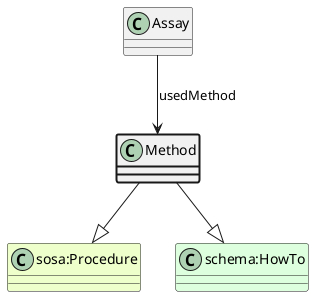
Above: ttl_uml/ttl_appn_Method.png in aus-plant-phenomics-network/appn-schema (PlantUML), before the change.
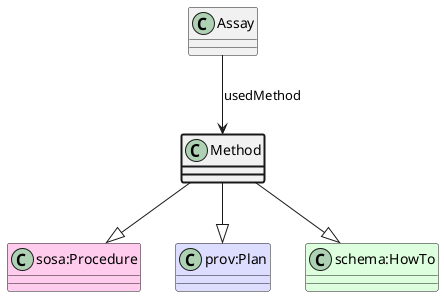
Above is the later version.

What changed in the source:
```diff
@@ -1,7 +1,9 @@
 @startuml
 class Method  #line.bold
-class "sosa:Procedure" #EEFFCC
+class "sosa:Procedure" #FFCCEE
 Method --|> "sosa:Procedure"
+class "prov:Plan" #DDDDFF
+Method --|> "prov:Plan"
 class "schema:HowTo" #DDFFDD
 Method --|> "schema:HowTo"
 class Assay
```
